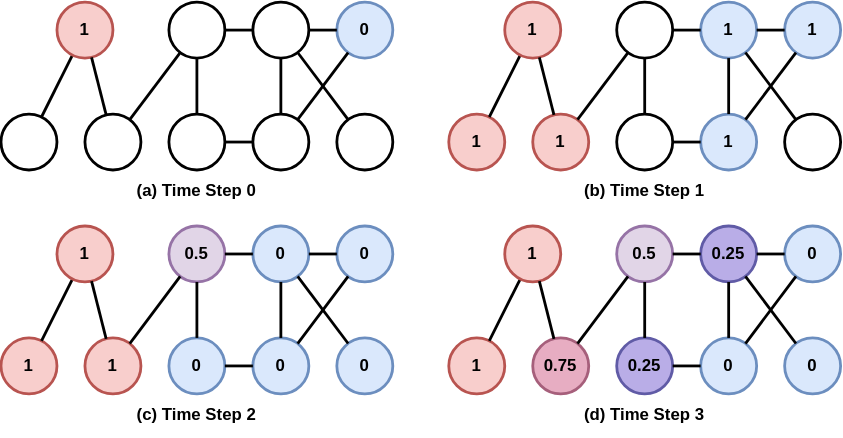
yyhtbs-yye/course_images keeps this draw.io diagram as Label_Propagation.svg. Above is the earlier version. Source tidied: cells renumbered, new cells last; positions are measured from the earlier drawing's top-left corner, leaving out a move shared by most shapes.
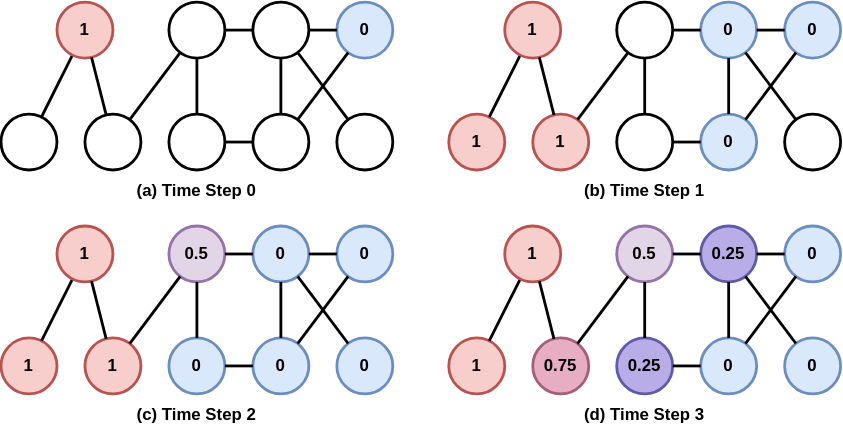
Above is the later version.

Diff of the diagram source:
```diff
@@ -80,16 +80,16 @@
     <mxCell id="27" style="ellipse;whiteSpace=wrap;html=1;fontStyle=1;strokeWidth=2;" parent="1" vertex="1">
       <mxGeometry x="440" y="80" width="40" height="40" as="geometry" />
     </mxCell>
-    <mxCell id="28" value="1" style="ellipse;whiteSpace=wrap;html=1;fillColor=#dae8fc;strokeColor=#6c8ebf;fontStyle=1;strokeWidth=2;" parent="1" vertex="1">
+    <mxCell id="28" value="0" style="ellipse;whiteSpace=wrap;html=1;fillColor=#dae8fc;strokeColor=#6c8ebf;fontStyle=1;strokeWidth=2;" parent="1" vertex="1">
       <mxGeometry x="500" width="40" height="40" as="geometry" />
     </mxCell>
-    <mxCell id="29" value="1" style="ellipse;whiteSpace=wrap;html=1;fillColor=#dae8fc;strokeColor=#6c8ebf;fontStyle=1;strokeWidth=2;" parent="1" vertex="1">
+    <mxCell id="29" value="0" style="ellipse;whiteSpace=wrap;html=1;fillColor=#dae8fc;strokeColor=#6c8ebf;fontStyle=1;strokeWidth=2;" parent="1" vertex="1">
       <mxGeometry x="560" width="40" height="40" as="geometry" />
     </mxCell>
     <mxCell id="30" style="ellipse;whiteSpace=wrap;html=1;fontStyle=1;strokeWidth=2;" parent="1" vertex="1">
       <mxGeometry x="560" y="80" width="40" height="40" as="geometry" />
     </mxCell>
-    <mxCell id="31" value="1" style="ellipse;whiteSpace=wrap;html=1;fillColor=#dae8fc;strokeColor=#6c8ebf;fontStyle=1;strokeWidth=2;" parent="1" vertex="1">
+    <mxCell id="31" value="0" style="ellipse;whiteSpace=wrap;html=1;fillColor=#dae8fc;strokeColor=#6c8ebf;fontStyle=1;strokeWidth=2;" parent="1" vertex="1">
       <mxGeometry x="500" y="80" width="40" height="40" as="geometry" />
     </mxCell>
     <mxCell id="32" style="rounded=0;jettySize=auto;html=1;endArrow=none;endFill=0;fontStyle=1;strokeWidth=2;" parent="1" edge="1" source="26" target="24">
```
